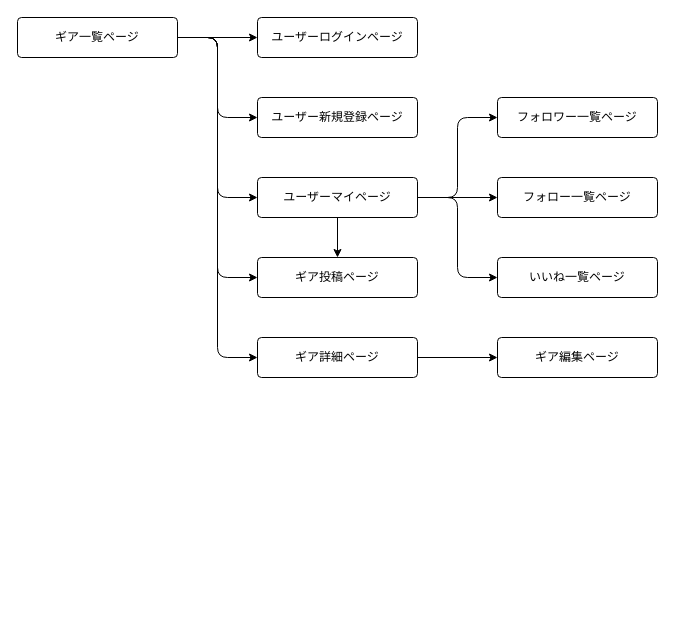
Earlier version of the draw.io diagram campfuelpages.dio (troymich123/camp-pro). Source tidied: cells renumbered, new cells numbered last; positions are measured from the earlier drawing's top-left corner, leaving out a move shared by most shapes. Both pictures are drawn from the tidied source at 100%, with x=0, y=0 at pixel (17, 17).
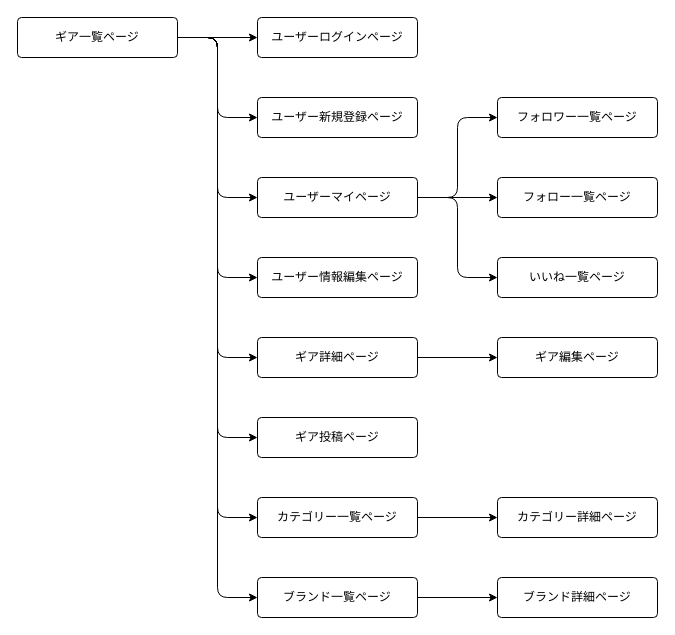
After the change.

The change refers to these unchanged cells:
```xml
<mxCell id="5" value="ユーザーマイページ" style="rounded=1;arcSize=10;whiteSpace=wrap;html=1;align=center;" parent="1" vertex="1">
  <mxGeometry x="240" y="160" width="160" height="40" as="geometry" />
</mxCell>
```

Diff of the diagram source:
```diff
@@
-    <mxCell id="6" value="ギア投稿ページ" style="rounded=1;arcSize=10;whiteSpace=wrap;html=1;align=center;" parent="1" vertex="1">
+    <mxCell id="6" value="ユーザー情報編集ページ" style="rounded=1;arcSize=10;whiteSpace=wrap;html=1;align=center;" parent="1" vertex="1">
       <mxGeometry x="240" y="240" width="160" height="40" as="geometry" />
     </mxCell>
@@
-    <mxCell id="21" style="edgeStyle=segmentEdgeStyle;endArrow=classic;html=1;exitX=0.5;exitY=1;exitDx=0;exitDy=0;entryX=0.5;entryY=0;entryDx=0;entryDy=0;" parent="1" edge="1" source="5" target="6">
-      <mxGeometry relative="1" as="geometry" />
+    <mxCell id="21" value="ギア投稿ページ" style="rounded=1;arcSize=10;whiteSpace=wrap;html=1;align=center;" parent="1" vertex="1">
+      <mxGeometry x="240" y="400" width="160" height="40" as="geometry" />
     </mxCell>
+    <mxCell id="22" value="カテゴリー一覧ページ" style="rounded=1;arcSize=10;whiteSpace=wrap;html=1;align=center;" parent="1" vertex="1">
+      <mxGeometry x="240" y="480" width="160" height="40" as="geometry" />
+    </mxCell>
+    <mxCell id="23" value="ブランド一覧ページ" style="rounded=1;arcSize=10;whiteSpace=wrap;html=1;align=center;" parent="1" vertex="1">
+      <mxGeometry x="240" y="560" width="160" height="40" as="geometry" />
+    </mxCell>
+    <mxCell id="24" style="edgeStyle=segmentEdgeStyle;endArrow=classic;html=1;entryX=0;entryY=0.5;entryDx=0;entryDy=0;" parent="1" edge="1" target="21">
+      <mxGeometry relative="1" as="geometry">
+        <mxPoint x="160" y="20" as="sourcePoint" />
+        <Array as="points">
+          <mxPoint x="200" y="20" />
+          <mxPoint x="200" y="420" />
+        </Array>
+      </mxGeometry>
+    </mxCell>
+    <mxCell id="25" style="edgeStyle=segmentEdgeStyle;endArrow=classic;html=1;entryX=0;entryY=0.5;entryDx=0;entryDy=0;" parent="1" edge="1" target="23">
+      <mxGeometry relative="1" as="geometry">
+        <mxPoint x="160" y="20" as="sourcePoint" />
+        <Array as="points">
+          <mxPoint x="200" y="20" />
+          <mxPoint x="200" y="580" />
+        </Array>
+      </mxGeometry>
+    </mxCell>
+    <mxCell id="26" style="edgeStyle=segmentEdgeStyle;endArrow=classic;html=1;" parent="1" edge="1">
+      <mxGeometry relative="1" as="geometry">
+        <mxPoint x="160" y="20" as="sourcePoint" />
+        <mxPoint x="240" y="500" as="targetPoint" />
+        <Array as="points">
+          <mxPoint x="200" y="20" />
+          <mxPoint x="200" y="500" />
+          <mxPoint x="240" y="500" />
+        </Array>
+      </mxGeometry>
+    </mxCell>
+    <mxCell id="27" value="カテゴリー詳細ページ" style="rounded=1;arcSize=10;whiteSpace=wrap;html=1;align=center;" parent="1" vertex="1">
+      <mxGeometry x="480" y="480" width="160" height="40" as="geometry" />
+    </mxCell>
+    <mxCell id="28" style="edgeStyle=segmentEdgeStyle;endArrow=classic;html=1;exitX=1;exitY=0.5;exitDx=0;exitDy=0;entryX=0;entryY=0.5;entryDx=0;entryDy=0;" parent="1" edge="1" target="27">
+      <mxGeometry relative="1" as="geometry">
+        <mxPoint x="400" y="500" as="sourcePoint" />
+      </mxGeometry>
+    </mxCell>
+    <mxCell id="29" value="ブランド詳細ページ" style="rounded=1;arcSize=10;whiteSpace=wrap;html=1;align=center;" parent="1" vertex="1">
+      <mxGeometry x="480" y="560" width="160" height="40" as="geometry" />
+    </mxCell>
+    <mxCell id="30" style="edgeStyle=segmentEdgeStyle;endArrow=classic;html=1;exitX=1;exitY=0.5;exitDx=0;exitDy=0;entryX=0;entryY=0.5;entryDx=0;entryDy=0;" parent="1" edge="1" target="29">
+      <mxGeometry relative="1" as="geometry">
+        <mxPoint x="400" y="580" as="sourcePoint" />
+      </mxGeometry>
+    </mxCell>
```
